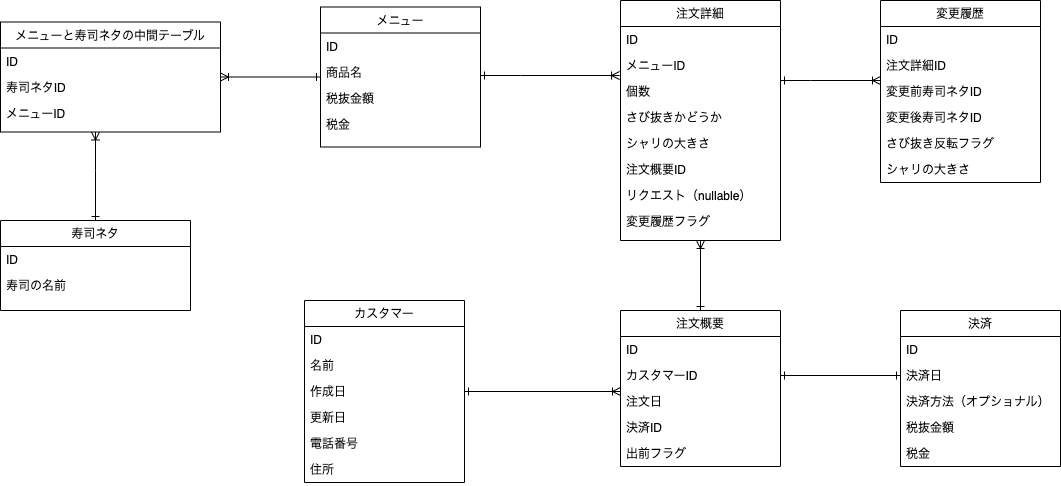
The draw.io diagram db/db-modeling-1/DB1-update Diagram.drawio.png in yuikoito/PrAhaChallenge, before a commit. Source tidied: cells renumbered, new cells last; positions are measured from the earlier drawing's top-left corner, leaving out a move shared by most shapes.
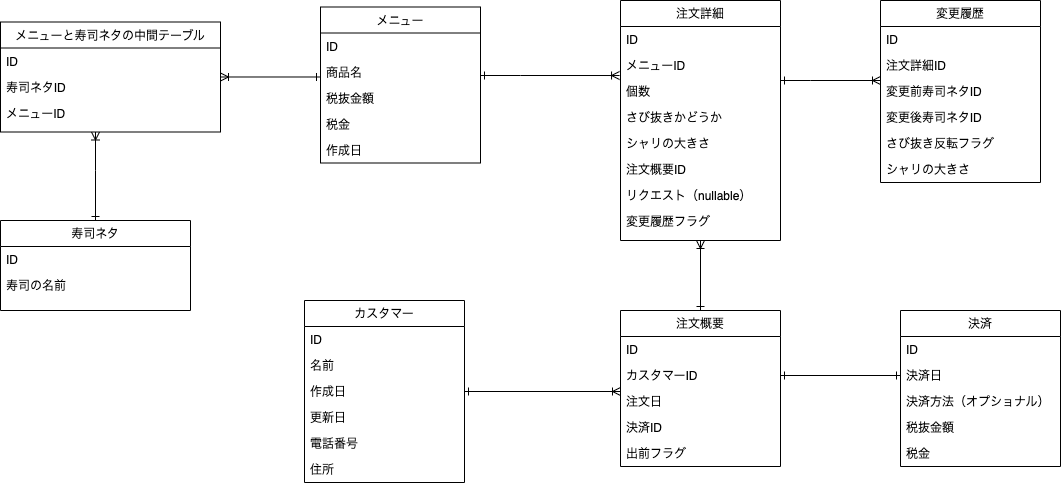
After the commit.

The edit, as a diff of the source:
```diff
@@ -11,7 +11,7 @@
       </mxGeometry>
     </mxCell>
     <mxCell id="3" value="メニュー" style="swimlane;fontStyle=0;align=center;verticalAlign=top;horizontal=1;startSize=26;rounded=0;shadow=0;strokeWidth=1;" parent="1" vertex="1">
-      <mxGeometry x="320" y="6.5" width="160" height="140" as="geometry" />
+      <mxGeometry x="320" y="6.5" width="160" height="156" as="geometry" />
     </mxCell>
     <mxCell id="4" value="ID" style="text;align=left;verticalAlign=top;spacingLeft=4;spacingRight=4;overflow=hidden;" parent="3" vertex="1">
       <mxGeometry y="26" width="160" height="26" as="geometry" />
@@ -25,6 +25,9 @@
     <mxCell id="7" value="税金" style="text;align=left;verticalAlign=top;spacingLeft=4;spacingRight=4;overflow=hidden;rounded=0;shadow=0;html=0;" parent="3" vertex="1">
       <mxGeometry y="104" width="160" height="26" as="geometry" />
     </mxCell>
+    <mxCell id="56" value="作成日" style="text;align=left;verticalAlign=top;spacingLeft=4;spacingRight=4;overflow=hidden;rounded=0;shadow=0;html=0;" parent="3" vertex="1">
+      <mxGeometry y="130" width="160" height="26" as="geometry" />
+    </mxCell>
     <mxCell id="8" style="edgeStyle=orthogonalEdgeStyle;rounded=0;jettySize=auto;html=1;startArrow=ERone;startFill=0;endArrow=ERoneToMany;endFill=0;" parent="1" edge="1" source="9" target="32">
       <mxGeometry relative="1" as="geometry">
         <Array as="points">
```
